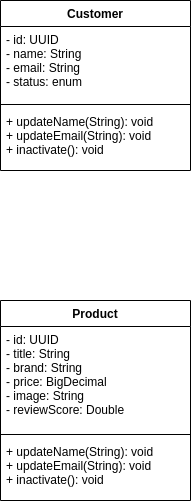
The draw.io diagram documentation/domain-class-diagram.drawio.png in mourao666/luizalabs-favorite-products, before a commit. Source tidied: cells renumbered, new cells last; positions are measured from the earlier drawing's top-left corner, leaving out a move shared by most shapes.
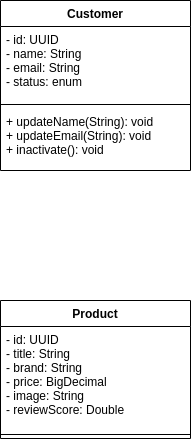
After the change.

Commit message:
Adding product use case odule with add product use case

Diff of the diagram source:
```diff
@@ -15,7 +15,7 @@
       <mxGeometry y="108" width="190" height="62" as="geometry" />
     </mxCell>
     <mxCell id="6" value="Product" style="swimlane;fontStyle=1;align=center;verticalAlign=top;horizontal=1;startSize=26;hachureGap=4;" parent="1" vertex="1">
-      <mxGeometry y="300" width="190" height="200" as="geometry" />
+      <mxGeometry y="300" width="190" height="138" as="geometry" />
     </mxCell>
     <mxCell id="7" value="- id: UUID&#10;- title: String&#10;- brand: String&#10;- price: BigDecimal&#10;- image: String&#10;- reviewScore: Double" style="text;strokeColor=none;fillColor=none;align=left;verticalAlign=top;spacingLeft=4;spacingRight=4;overflow=hidden;" parent="6" vertex="1">
       <mxGeometry y="26" width="190" height="104" as="geometry" />
@@ -23,8 +23,5 @@
     <mxCell id="8" style="line;strokeWidth=1;fillColor=none;align=left;verticalAlign=middle;spacingTop=-1;spacingLeft=3;spacingRight=3;labelPosition=right;" parent="6" vertex="1">
       <mxGeometry y="130" width="190" height="8" as="geometry" />
     </mxCell>
-    <mxCell id="9" value="+ updateName(String): void&#10;+ updateEmail(String): void&#10;+ inactivate(): void" style="text;strokeColor=none;fillColor=none;align=left;verticalAlign=top;spacingLeft=4;spacingRight=4;overflow=hidden;" parent="6" vertex="1">
-      <mxGeometry y="138" width="190" height="62" as="geometry" />
-    </mxCell>
   </root>
 </mxGraphModel>
```
